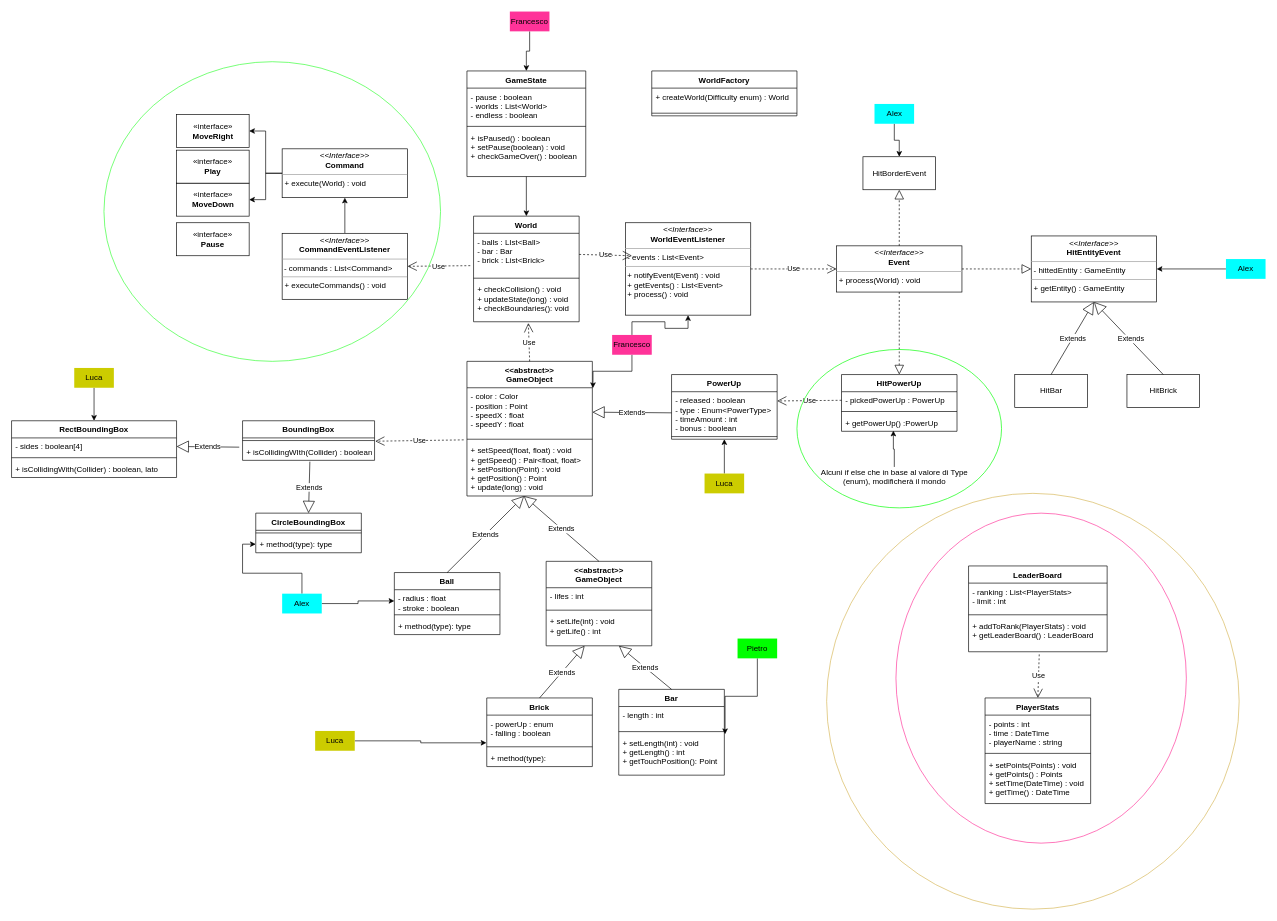
Above: doc/BB_UML.drawio in PtrTella/Bricks-Breaker (draw.io), before the change. Source tidied: cells renumbered, new cells numbered last; positions are measured from the earlier drawing's top-left corner, leaving out a move shared by most shapes. Both pictures are drawn from the tidied source at 66%, with x=0, y=0 at pixel (11, 11).
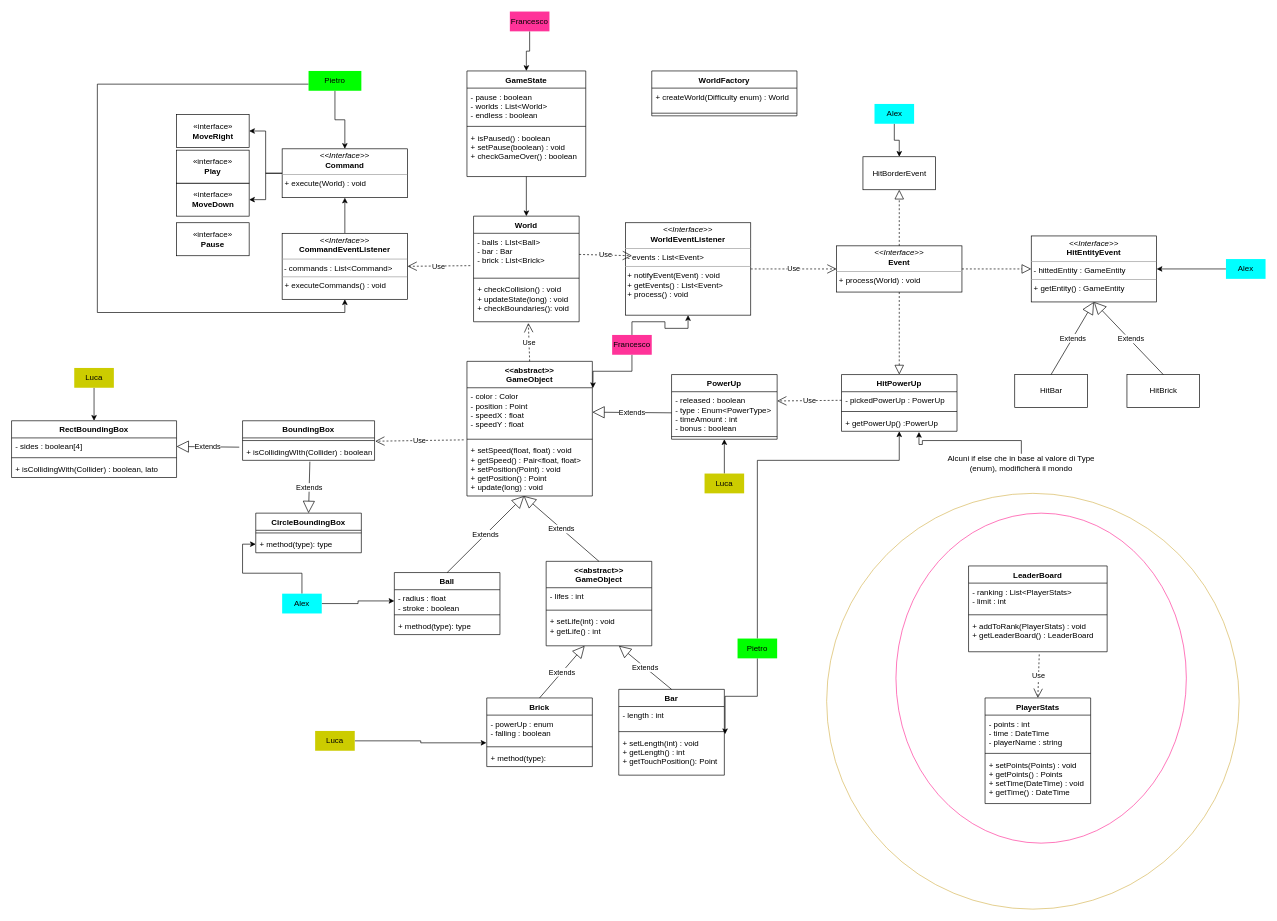
The same diagram, later.

Unchanged cells that the change refers to:
```xml
<mxCell id="28" value="&lt;p style=&quot;margin:0px;margin-top:4px;text-align:center;&quot;&gt;&lt;i&gt;&amp;lt;&amp;lt;Interface&amp;gt;&amp;gt;&lt;/i&gt;&lt;br&gt;&lt;b&gt;Command&lt;/b&gt;&lt;br&gt;&lt;/p&gt;&lt;hr size=&quot;1&quot;&gt;&lt;p style=&quot;margin:0px;margin-left:4px;&quot;&gt;+ execute(World) : void&lt;br&gt;&lt;/p&gt;" style="verticalAlign=top;align=left;overflow=fill;fontSize=12;fontFamily=Helvetica;html=1;" parent="1" vertex="1">
  <mxGeometry x="410" y="208" width="190" height="74" as="geometry" />
</mxCell>
<mxCell id="72" value="&lt;p style=&quot;margin:0px;margin-top:4px;text-align:center;&quot;&gt;&lt;i&gt;&amp;lt;&amp;lt;Interface&amp;gt;&amp;gt;&lt;/i&gt;&lt;br&gt;&lt;b&gt;CommandEventListener&lt;/b&gt;&lt;br&gt;&lt;/p&gt;&lt;hr size=&quot;1&quot;&gt;&amp;nbsp;- commands : List&amp;lt;Command&amp;gt;&lt;br&gt;&lt;hr size=&quot;1&quot;&gt;&lt;p style=&quot;margin:0px;margin-left:4px;&quot;&gt;+ executeCommands() : void&lt;br&gt;&lt;/p&gt;" style="verticalAlign=top;align=left;overflow=fill;fontSize=12;fontFamily=Helvetica;html=1;" parent="1" vertex="1">
  <mxGeometry x="410" y="336" width="190" height="100" as="geometry" />
</mxCell>
<mxCell id="88" value="+ getPowerUp() :PowerUp" style="text;strokeColor=none;fillColor=none;align=left;verticalAlign=top;spacingLeft=4;spacingRight=4;overflow=hidden;points=[[0,0.5],[1,0.5]];portConstraint=eastwest;" parent="85" vertex="1">
  <mxGeometry y="60" width="175" height="26" as="geometry" />
</mxCell>
<mxCell id="118" value="Pietro" style="text;html=1;strokeColor=none;fillColor=#00FF00;align=center;verticalAlign=middle;whiteSpace=wrap;rounded=0;" parent="1" vertex="1">
  <mxGeometry x="1100" y="950" width="60" height="30" as="geometry" />
</mxCell>
```

What changed in the source:
```diff
@@
-    <mxCell id="89" style="edgeStyle=orthogonalEdgeStyle;rounded=0;jettySize=auto;html=1;entryX=0.449;entryY=0.962;entryDx=0;entryDy=0;entryPerimeter=0;" parent="1" edge="1" source="90" target="88">
+    <mxCell id="89" style="edgeStyle=orthogonalEdgeStyle;rounded=0;jettySize=auto;html=1;entryX=0.671;entryY=1.038;entryDx=0;entryDy=0;entryPerimeter=0;" parent="1" edge="1" source="90" target="88">
       <mxGeometry relative="1" as="geometry" />
     </mxCell>
     <mxCell id="90" value="Alcuni if else che in base al valore di Type (enum), modificherà il mondo" style="text;html=1;strokeColor=none;fillColor=none;align=center;verticalAlign=middle;whiteSpace=wrap;rounded=0;" parent="1" vertex="1">
-      <mxGeometry x="1207.5" y="690" width="260" height="30" as="geometry" />
+      <mxGeometry x="1400" y="670" width="260" height="30" as="geometry" />
     </mxCell>
@@
-    <mxCell id="93" style="ellipse;whiteSpace=wrap;html=1;shadow=0;fillColor=none;strokeColor=#33FF33;" parent="1" vertex="1">
-      <mxGeometry x="140" y="76" width="510" height="454" as="geometry" />
-    </mxCell>
-    <mxCell id="94" style="ellipse;whiteSpace=wrap;html=1;fillColor=none;strokeColor=#00FF00;" parent="1" vertex="1">
-      <mxGeometry x="1190" y="512" width="310" height="240" as="geometry" />
-    </mxCell>
@@
+    <mxCell id="119" style="edgeStyle=orthogonalEdgeStyle;rounded=0;jettySize=auto;html=1;" parent="1" edge="1" source="118" target="88">
+      <mxGeometry relative="1" as="geometry">
+        <Array as="points">
+          <mxPoint x="1130" y="680" />
+          <mxPoint x="1345" y="680" />
+        </Array>
+      </mxGeometry>
+    </mxCell>
@@
+    <mxCell id="120" style="edgeStyle=orthogonalEdgeStyle;rounded=0;jettySize=auto;html=1;entryX=0.5;entryY=0;entryDx=0;entryDy=0;" parent="1" edge="1" source="122" target="28">
+      <mxGeometry relative="1" as="geometry" />
+    </mxCell>
+    <mxCell id="121" style="edgeStyle=orthogonalEdgeStyle;rounded=0;jettySize=auto;html=1;entryX=0.5;entryY=1;entryDx=0;entryDy=0;" parent="1" edge="1" source="122" target="72">
+      <mxGeometry relative="1" as="geometry">
+        <Array as="points">
+          <mxPoint x="130" y="110" />
+          <mxPoint x="130" y="456" />
+          <mxPoint x="505" y="456" />
+        </Array>
+      </mxGeometry>
+    </mxCell>
+    <mxCell id="122" value="Pietro" style="text;html=1;strokeColor=none;fillColor=#00FF00;align=center;verticalAlign=middle;whiteSpace=wrap;rounded=0;" parent="1" vertex="1">
+      <mxGeometry x="450" y="90" width="80" height="30" as="geometry" />
+    </mxCell>
```
